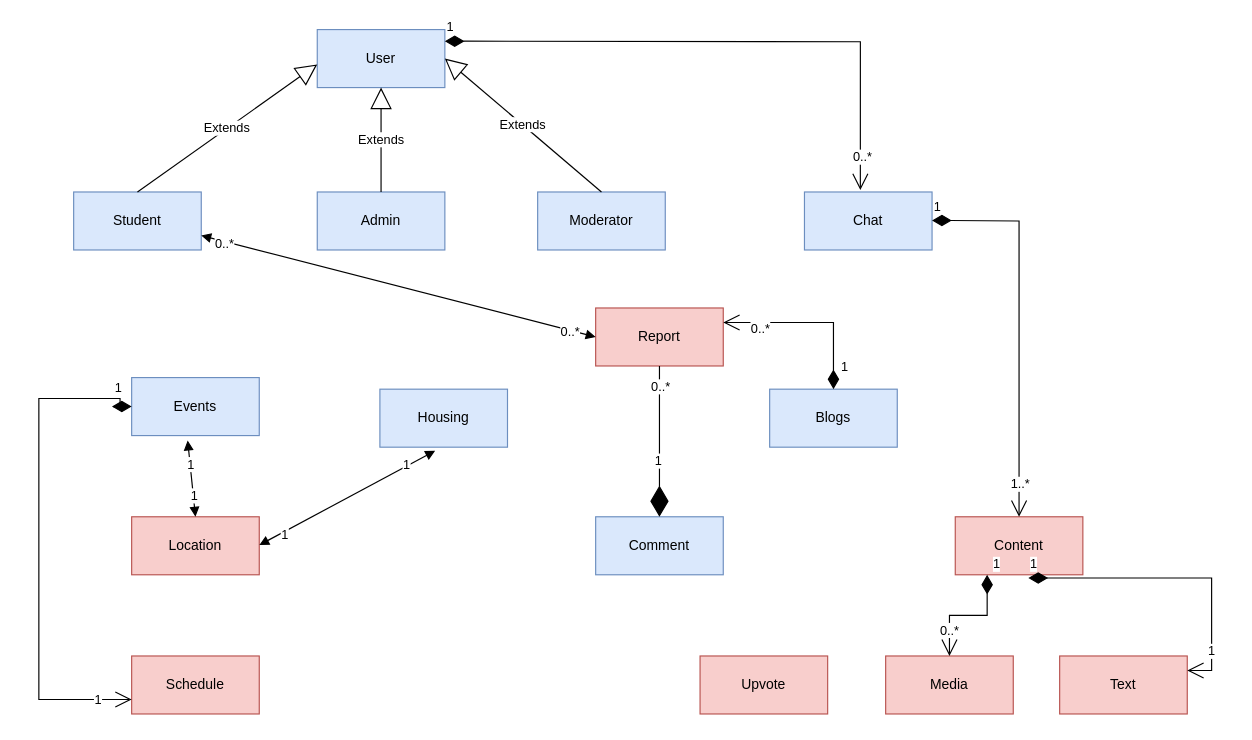
This is Project DDD.drawio from saikrishna1501/PeerPulse, a draw.io file, before an edit. Source tidied: cells renumbered, new cells numbered last; positions are measured from the earlier drawing's top-left corner, leaving out a move shared by most shapes. Both pictures are drawn from the tidied source at 116%, with x=0, y=0 at pixel (38, 29).
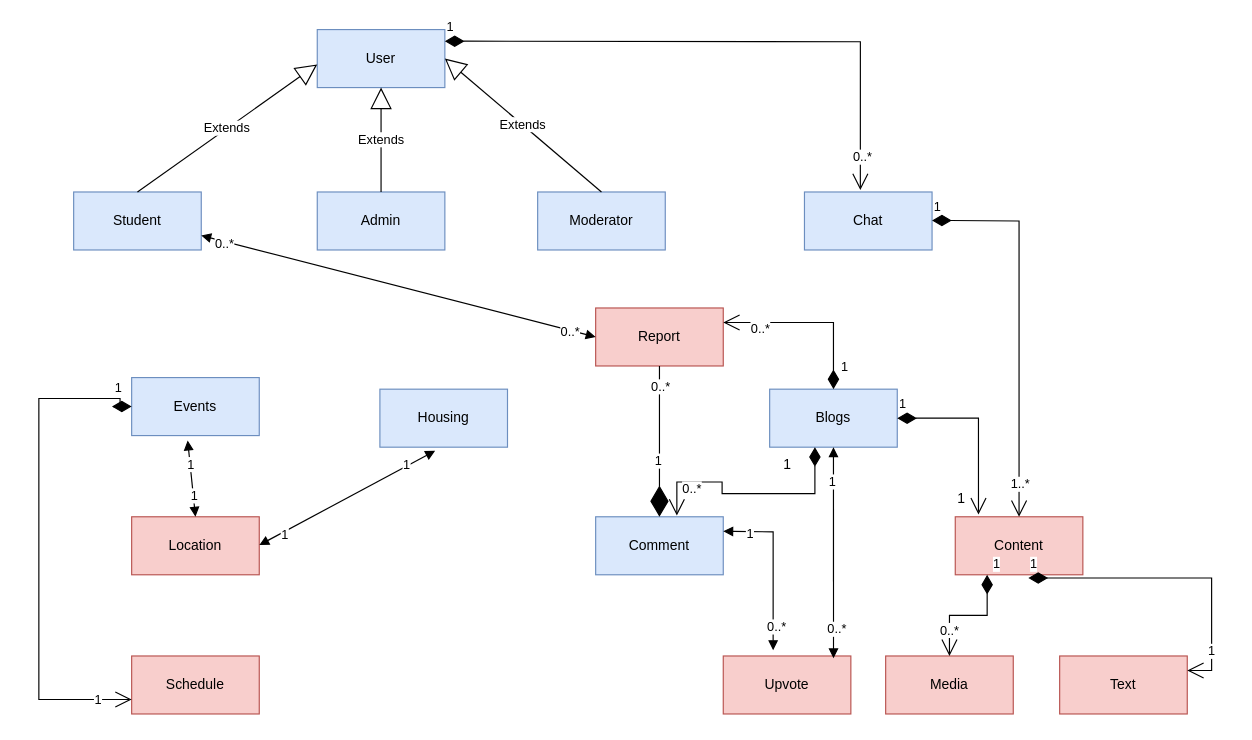
Above is the later version.

Commit message:
Added relationship for Blogs and comments

Unchanged cells that the change refers to:
```xml
<mxCell id="9" value="Comment" style="html=1;whiteSpace=wrap;fillColor=#dae8fc;strokeColor=#6c8ebf;" parent="1" vertex="1">
  <mxGeometry x="480" y="420" width="110" height="50" as="geometry" />
</mxCell>
<mxCell id="12" value="Blogs" style="html=1;whiteSpace=wrap;fillColor=#dae8fc;strokeColor=#6c8ebf;" parent="1" vertex="1">
  <mxGeometry x="630" y="310" width="110" height="50" as="geometry" />
</mxCell>
<mxCell id="15" value="Content" style="html=1;whiteSpace=wrap;fillColor=#f8cecc;strokeColor=#b85450;" parent="1" vertex="1">
  <mxGeometry x="790" y="420" width="110" height="50" as="geometry" />
</mxCell>
```

The edit, as a diff of the source:
```diff
@@
     <mxCell id="13" value="Upvote" style="html=1;whiteSpace=wrap;fillColor=#f8cecc;strokeColor=#b85450;" parent="1" vertex="1">
-      <mxGeometry x="570" y="540" width="110" height="50" as="geometry" />
+      <mxGeometry x="590" y="540" width="110" height="50" as="geometry" />
     </mxCell>
@@
+    <mxCell id="45" value="1" style="endArrow=open;html=1;endSize=12;startArrow=diamondThin;startSize=14;startFill=1;edgeStyle=orthogonalEdgeStyle;align=left;verticalAlign=bottom;rounded=0;entryX=0.182;entryY=-0.04;entryDx=0;entryDy=0;entryPerimeter=0;exitX=1;exitY=0.5;exitDx=0;exitDy=0;" parent="1" edge="1" source="12" target="15">
+      <mxGeometry x="-1" y="3" relative="1" as="geometry" />
+    </mxCell>
+    <mxCell id="46" value="1" style="text;html=1;align=center;verticalAlign=middle;strokeColor=none;fillColor=none;" parent="1" vertex="1">
+      <mxGeometry x="780" y="390" width="30" height="30" as="geometry" />
+    </mxCell>
+    <mxCell id="47" style="endArrow=open;html=1;endSize=12;startArrow=diamondThin;startSize=14;startFill=1;edgeStyle=orthogonalEdgeStyle;align=left;verticalAlign=bottom;rounded=0;exitX=0.636;exitY=1.08;exitDx=0;exitDy=0;exitPerimeter=0;entryX=0.827;entryY=-0.02;entryDx=0;entryDy=0;entryPerimeter=0;" parent="1" edge="1">
+      <mxGeometry x="-0.87" y="-5" relative="1" as="geometry">
+        <mxPoint x="669" y="360" as="sourcePoint" />
+        <mxPoint x="550" y="419" as="targetPoint" />
+        <Array as="points">
+          <mxPoint x="669" y="400" />
+          <mxPoint x="589" y="400" />
+          <mxPoint x="589" y="390" />
+          <mxPoint x="550" y="390" />
+        </Array>
+      </mxGeometry>
+    </mxCell>
+    <mxCell id="48" value="0..*" style="edgeLabel;html=1;align=center;verticalAlign=middle;" parent="47" vertex="1">
+      <mxGeometry x="0.59" y="5" relative="1" as="geometry" />
+    </mxCell>
+    <mxCell id="49" value="1" style="text;html=1;align=center;verticalAlign=middle;strokeColor=none;fillColor=none;" parent="1" vertex="1">
+      <mxGeometry x="630" y="360" width="30" height="30" as="geometry" />
+    </mxCell>
+    <mxCell id="50" style="endArrow=block;startArrow=block;endFill=1;startFill=1;html=1;rounded=0;exitX=0.864;exitY=0.04;exitDx=0;exitDy=0;exitPerimeter=0;entryX=0.5;entryY=1;entryDx=0;entryDy=0;" parent="1" edge="1" source="13" target="12">
+      <mxGeometry relative="1" as="geometry" />
+    </mxCell>
+    <mxCell id="51" value="0..*" style="edgeLabel;html=1;align=center;verticalAlign=middle;rotation=0;" parent="50" vertex="1">
+      <mxGeometry x="-0.73" y="-2" relative="1" as="geometry" />
+    </mxCell>
+    <mxCell id="52" value="1&lt;br&gt;" style="edgeLabel;html=1;align=center;verticalAlign=middle;" parent="50" vertex="1">
+      <mxGeometry x="0.68" y="2" relative="1" as="geometry" />
+    </mxCell>
+    <mxCell id="53" style="endArrow=block;startArrow=block;endFill=1;startFill=1;html=1;rounded=0;exitX=0.391;exitY=-0.1;exitDx=0;exitDy=0;exitPerimeter=0;entryX=1;entryY=0.25;entryDx=0;entryDy=0;" parent="1" edge="1" source="13" target="9">
+      <mxGeometry relative="1" as="geometry">
+        <Array as="points">
+          <mxPoint x="633" y="433" />
+        </Array>
+      </mxGeometry>
+    </mxCell>
+    <mxCell id="54" value="0..*" style="edgeLabel;html=1;align=center;verticalAlign=middle;rotation=0;" parent="53" vertex="1">
+      <mxGeometry x="-0.73" y="-2" relative="1" as="geometry" />
+    </mxCell>
+    <mxCell id="55" value="1&lt;br&gt;" style="edgeLabel;html=1;align=center;verticalAlign=middle;" parent="53" vertex="1">
+      <mxGeometry x="0.68" y="2" relative="1" as="geometry" />
+    </mxCell>
```
